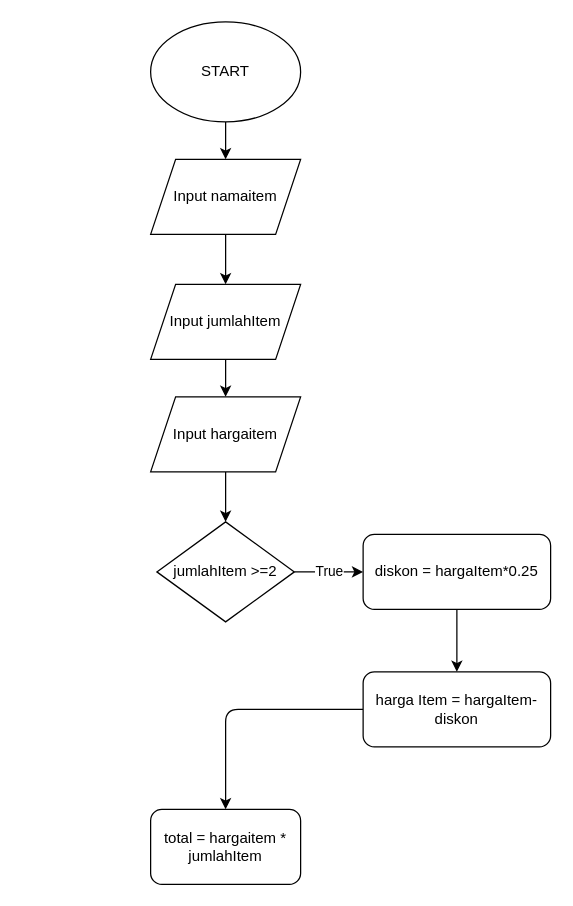
Earlier version of the draw.io diagram Flowchart.drawio (YabesMaychel-2007113801/Yabes_Maychel-Mesin_Kasir). Source tidied: cells renumbered, new cells numbered last; positions are measured from the earlier drawing's top-left corner, leaving out a move shared by most shapes. Both pictures are drawn from the tidied source at 125%, with x=0, y=0 at pixel (150, 21).
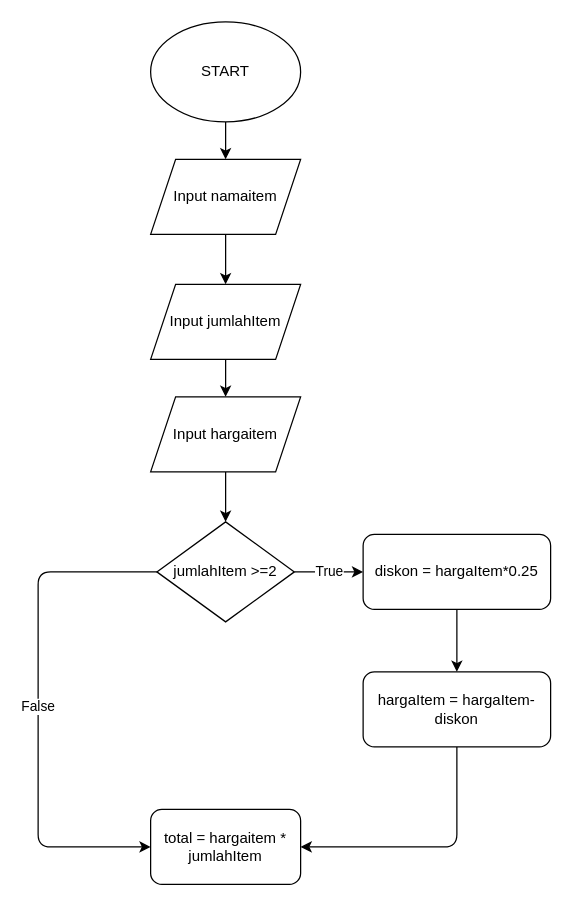
After the change.

Commit message:
Kondisi jika false atau salah

Unchanged cells that the change refers to:
```xml
<mxCell id="11" value="jumlahItem &amp;gt;=2" style="rhombus;whiteSpace=wrap;html=1;" parent="1" vertex="1">
  <mxGeometry x="5" y="400" width="110" height="80" as="geometry" />
</mxCell>
<mxCell id="16" value="total = hargaitem * jumlahItem" style="rounded=1;whiteSpace=wrap;html=1;" parent="1" vertex="1">
  <mxGeometry y="630" width="120" height="60" as="geometry" />
</mxCell>
```

Change to the diagram source:
```diff
@@
+    <mxCell id="17" value="False" style="edgeStyle=none;html=1;exitX=0;exitY=0.5;exitDx=0;exitDy=0;entryX=0;entryY=0.5;entryDx=0;entryDy=0;" parent="1" edge="1" source="11" target="16">
+      <mxGeometry relative="1" as="geometry">
+        <Array as="points">
+          <mxPoint x="-90" y="440" />
+          <mxPoint x="-90" y="660" />
+        </Array>
+      </mxGeometry>
+    </mxCell>
@@
-    <mxCell id="14" style="edgeStyle=none;html=1;exitX=0;exitY=0.5;exitDx=0;exitDy=0;entryX=0.5;entryY=0;entryDx=0;entryDy=0;" parent="1" edge="1" source="15" target="16">
+    <mxCell id="14" style="edgeStyle=none;html=1;exitX=0.5;exitY=1;exitDx=0;exitDy=0;entryX=1;entryY=0.5;entryDx=0;entryDy=0;" parent="1" edge="1" source="15" target="16">
       <mxGeometry relative="1" as="geometry">
         <Array as="points">
-          <mxPoint x="60" y="550" />
+          <mxPoint x="245" y="660" />
         </Array>
       </mxGeometry>
     </mxCell>
-    <mxCell id="15" value="harga Item = hargaItem-diskon" style="rounded=1;whiteSpace=wrap;html=1;" parent="1" vertex="1">
+    <mxCell id="15" value="hargaItem = hargaItem-diskon" style="rounded=1;whiteSpace=wrap;html=1;" parent="1" vertex="1">
       <mxGeometry x="170" y="520" width="150" height="60" as="geometry" />
     </mxCell>
```
